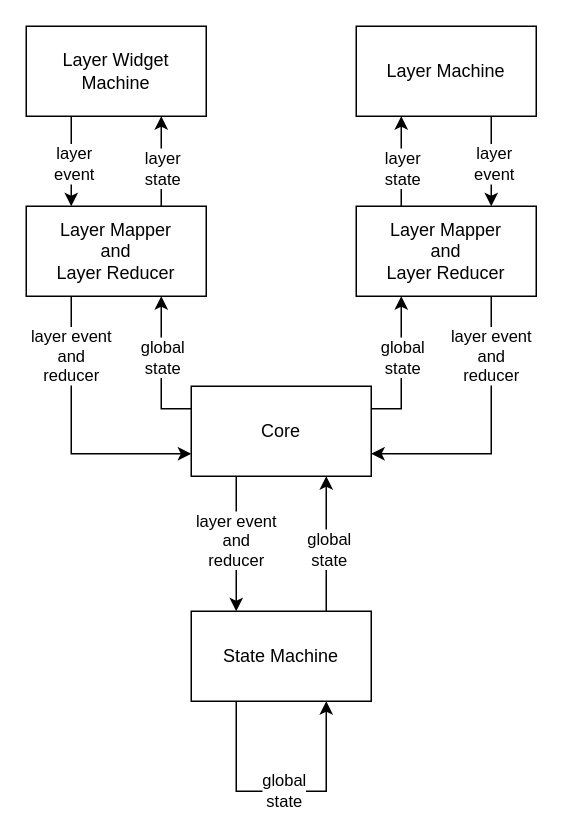
Above: images/architecture.drawio in prokhor-andrew/simprokcore-flutter (draw.io), before the change. Source tidied: cells renumbered, new cells numbered last; positions are measured from the earlier drawing's top-left corner, leaving out a move shared by most shapes. Both pictures are drawn from the tidied source at 150%, with x=0, y=0 at pixel (26, 26).
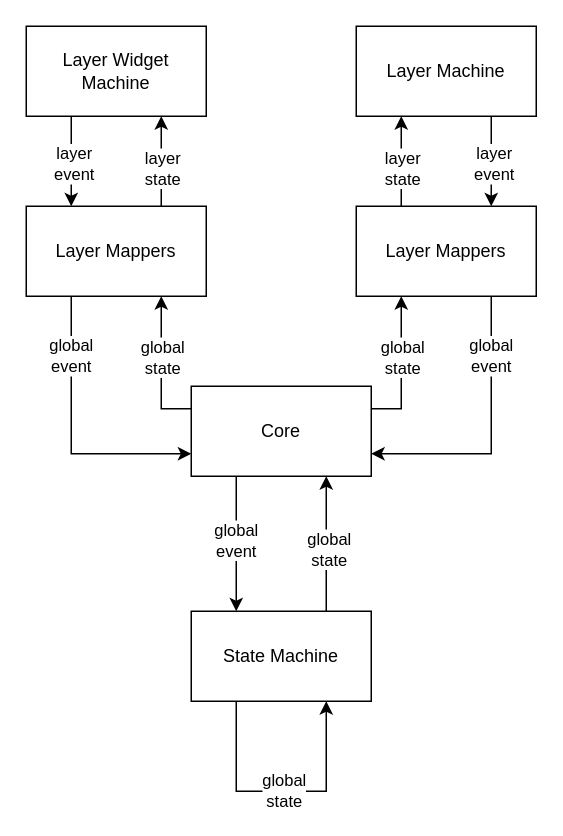
Above is the later version.

Unchanged cells that the change refers to:
```xml
<mxCell id="5" style="edgeStyle=orthogonalEdgeStyle;rounded=0;jettySize=auto;html=1;exitX=0.25;exitY=1;exitDx=0;exitDy=0;entryX=0.25;entryY=0;entryDx=0;entryDy=0;" parent="1" edge="1" source="4" target="7">
  <mxGeometry relative="1" as="geometry" />
</mxCell>
<mxCell id="11" style="edgeStyle=orthogonalEdgeStyle;rounded=0;jettySize=auto;html=1;exitX=0.25;exitY=1;exitDx=0;exitDy=0;entryX=0;entryY=0.75;entryDx=0;entryDy=0;" parent="1" edge="1" source="13" target="4">
  <mxGeometry relative="1" as="geometry" />
</mxCell>
<mxCell id="29" style="edgeStyle=orthogonalEdgeStyle;rounded=0;jettySize=auto;html=1;exitX=0.75;exitY=1;exitDx=0;exitDy=0;entryX=1;entryY=0.75;entryDx=0;entryDy=0;" parent="1" edge="1" source="21" target="4">
  <mxGeometry relative="1" as="geometry" />
</mxCell>
```

What changed in the source:
```diff
@@
-    <mxCell id="6" value="layer event&lt;br&gt;and&lt;br&gt;reducer" style="edgeLabel;html=1;align=center;verticalAlign=middle;" parent="5" vertex="1">
+    <mxCell id="6" value="global&lt;br&gt;event" style="edgeLabel;html=1;align=center;verticalAlign=middle;" parent="5" vertex="1">
       <mxGeometry x="-0.07" y="-1" relative="1" as="geometry" />
     </mxCell>
@@
-    <mxCell id="12" value="layer event&lt;br&gt;and&lt;br&gt;reducer" style="edgeLabel;html=1;align=center;verticalAlign=middle;" parent="11" vertex="1">
+    <mxCell id="12" value="global&lt;br&gt;event" style="edgeLabel;html=1;align=center;verticalAlign=middle;" parent="11" vertex="1">
       <mxGeometry x="-0.58" y="-1" relative="1" as="geometry" />
     </mxCell>
-    <mxCell id="13" value="Layer Mapper&lt;br&gt;and&lt;br&gt;Layer Reducer" style="rounded=0;whiteSpace=wrap;html=1;" parent="1" vertex="1">
+    <mxCell id="13" value="Layer Mappers" style="rounded=0;whiteSpace=wrap;html=1;" parent="1" vertex="1">
       <mxGeometry y="120" width="120" height="60" as="geometry" />
     </mxCell>
@@
-    <mxCell id="21" value="Layer Mapper&lt;br&gt;and&lt;br&gt;Layer Reducer" style="rounded=0;whiteSpace=wrap;html=1;" parent="1" vertex="1">
+    <mxCell id="21" value="Layer Mappers" style="rounded=0;whiteSpace=wrap;html=1;" parent="1" vertex="1">
       <mxGeometry x="220" y="120" width="120" height="60" as="geometry" />
     </mxCell>
@@
-    <mxCell id="30" value="layer event&lt;br&gt;and&lt;br&gt;reducer" style="edgeLabel;html=1;align=center;verticalAlign=middle;" parent="29" vertex="1">
+    <mxCell id="30" value="global&lt;br&gt;event" style="edgeLabel;html=1;align=center;verticalAlign=middle;" parent="29" vertex="1">
       <mxGeometry x="-0.58" y="-1" relative="1" as="geometry" />
     </mxCell>
```
